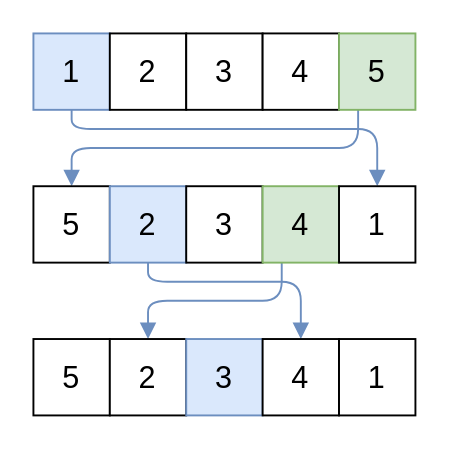
XuShaohua/TheAlgorithms keeps this draw.io diagram as src/array/assets/array-reverse-steps.drawio. Above is the earlier version. Source tidied: cells renumbered, new cells numbered last; positions are measured from the earlier drawing's top-left corner, leaving out a move shared by most shapes. Both pictures are drawn from the tidied source at 191%, with x=0, y=0 at pixel (32, 32).
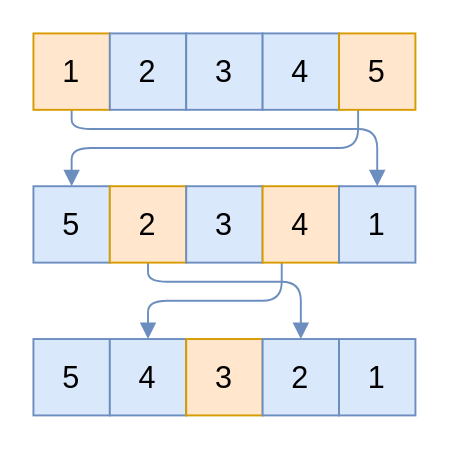
The same diagram, later.

Commit message (it also covers changes not shown here):
array: Update rotate chart

Diff of the diagram source:
```diff
@@
-    <mxCell id="3" value="1" style="rounded=0;whiteSpace=wrap;html=1;shadow=0;strokeWidth=1;fontFamily=Ubuntu;fontSize=16;fontStyle=0;fillColor=#dae8fc;strokeColor=#6c8ebf;" parent="1" vertex="1">
+    <mxCell id="3" value="1" style="rounded=0;whiteSpace=wrap;html=1;shadow=0;strokeWidth=1;fontFamily=Ubuntu;fontSize=16;fontStyle=0;fillColor=#ffe6cc;strokeColor=#d79b00;" parent="1" vertex="1">
       <mxGeometry width="40" height="40" as="geometry" />
     </mxCell>
-    <mxCell id="4" value="2" style="rounded=0;whiteSpace=wrap;html=1;shadow=0;strokeWidth=1;fontFamily=Ubuntu;fontSize=16;fontStyle=0;" parent="1" vertex="1">
+    <mxCell id="4" value="2" style="rounded=0;whiteSpace=wrap;html=1;shadow=0;strokeWidth=1;fontFamily=Ubuntu;fontSize=16;fontStyle=0;fillColor=#dae8fc;strokeColor=#6c8ebf;" parent="1" vertex="1">
       <mxGeometry x="40" width="40" height="40" as="geometry" />
     </mxCell>
-    <mxCell id="5" value="3" style="rounded=0;whiteSpace=wrap;html=1;shadow=0;strokeWidth=1;fontFamily=Ubuntu;fontSize=16;fontStyle=0;" parent="1" vertex="1">
+    <mxCell id="5" value="3" style="rounded=0;whiteSpace=wrap;html=1;shadow=0;strokeWidth=1;fontFamily=Ubuntu;fontSize=16;fontStyle=0;fillColor=#dae8fc;strokeColor=#6c8ebf;" parent="1" vertex="1">
       <mxGeometry x="80" width="40" height="40" as="geometry" />
     </mxCell>
-    <mxCell id="6" value="4" style="rounded=0;whiteSpace=wrap;html=1;shadow=0;strokeWidth=1;fontFamily=Ubuntu;fontSize=16;fontStyle=0;" parent="1" vertex="1">
+    <mxCell id="6" value="4" style="rounded=0;whiteSpace=wrap;html=1;shadow=0;strokeWidth=1;fontFamily=Ubuntu;fontSize=16;fontStyle=0;fillColor=#dae8fc;strokeColor=#6c8ebf;" parent="1" vertex="1">
       <mxGeometry x="120" width="40" height="40" as="geometry" />
     </mxCell>
@@
-    <mxCell id="8" value="5" style="rounded=0;whiteSpace=wrap;html=1;shadow=0;strokeColor=#82b366;strokeWidth=1;fontFamily=Ubuntu;fontSize=16;fontStyle=0;fillColor=#d5e8d4;" parent="1" vertex="1">
+    <mxCell id="8" value="5" style="rounded=0;whiteSpace=wrap;html=1;shadow=0;strokeColor=#d79b00;strokeWidth=1;fontFamily=Ubuntu;fontSize=16;fontStyle=0;fillColor=#ffe6cc;" parent="1" vertex="1">
       <mxGeometry x="160" width="40" height="40" as="geometry" />
     </mxCell>
-    <mxCell id="9" value="5" style="rounded=0;whiteSpace=wrap;html=1;shadow=0;strokeWidth=1;fontFamily=Ubuntu;fontSize=16;fontStyle=0;" parent="1" vertex="1">
+    <mxCell id="9" value="5" style="rounded=0;whiteSpace=wrap;html=1;shadow=0;strokeWidth=1;fontFamily=Ubuntu;fontSize=16;fontStyle=0;fillColor=#dae8fc;strokeColor=#6c8ebf;" parent="1" vertex="1">
       <mxGeometry y="80" width="40" height="40" as="geometry" />
     </mxCell>
@@
-    <mxCell id="11" value="2" style="rounded=0;whiteSpace=wrap;html=1;shadow=0;strokeWidth=1;fontFamily=Ubuntu;fontSize=16;fontStyle=0;fillColor=#dae8fc;strokeColor=#6c8ebf;" parent="1" vertex="1">
+    <mxCell id="11" value="2" style="rounded=0;whiteSpace=wrap;html=1;shadow=0;strokeWidth=1;fontFamily=Ubuntu;fontSize=16;fontStyle=0;fillColor=#ffe6cc;strokeColor=#d79b00;" parent="1" vertex="1">
       <mxGeometry x="40" y="80" width="40" height="40" as="geometry" />
     </mxCell>
-    <mxCell id="12" value="3" style="rounded=0;whiteSpace=wrap;html=1;shadow=0;strokeWidth=1;fontFamily=Ubuntu;fontSize=16;fontStyle=0;" parent="1" vertex="1">
+    <mxCell id="12" value="3" style="rounded=0;whiteSpace=wrap;html=1;shadow=0;strokeWidth=1;fontFamily=Ubuntu;fontSize=16;fontStyle=0;fillColor=#dae8fc;strokeColor=#6c8ebf;" parent="1" vertex="1">
       <mxGeometry x="80" y="80" width="40" height="40" as="geometry" />
     </mxCell>
@@
-    <mxCell id="14" value="4" style="rounded=0;whiteSpace=wrap;html=1;shadow=0;strokeWidth=1;fontFamily=Ubuntu;fontSize=16;fontStyle=0;fillColor=#d5e8d4;strokeColor=#82b366;" parent="1" vertex="1">
+    <mxCell id="14" value="4" style="rounded=0;whiteSpace=wrap;html=1;shadow=0;strokeWidth=1;fontFamily=Ubuntu;fontSize=16;fontStyle=0;fillColor=#ffe6cc;strokeColor=#d79b00;" parent="1" vertex="1">
       <mxGeometry x="120" y="80" width="40" height="40" as="geometry" />
     </mxCell>
-    <mxCell id="15" value="1" style="rounded=0;whiteSpace=wrap;html=1;shadow=0;strokeWidth=1;fontFamily=Ubuntu;fontSize=16;fontStyle=0;" parent="1" vertex="1">
+    <mxCell id="15" value="1" style="rounded=0;whiteSpace=wrap;html=1;shadow=0;strokeWidth=1;fontFamily=Ubuntu;fontSize=16;fontStyle=0;fillColor=#dae8fc;strokeColor=#6c8ebf;" parent="1" vertex="1">
       <mxGeometry x="160" y="80" width="40" height="40" as="geometry" />
     </mxCell>
-    <mxCell id="16" value="5" style="rounded=0;whiteSpace=wrap;html=1;shadow=0;strokeWidth=1;fontFamily=Ubuntu;fontSize=16;fontStyle=0;" parent="1" vertex="1">
+    <mxCell id="16" value="5" style="rounded=0;whiteSpace=wrap;html=1;shadow=0;strokeWidth=1;fontFamily=Ubuntu;fontSize=16;fontStyle=0;fillColor=#dae8fc;strokeColor=#6c8ebf;" parent="1" vertex="1">
       <mxGeometry y="160" width="40" height="40" as="geometry" />
     </mxCell>
-    <mxCell id="17" value="2" style="rounded=0;whiteSpace=wrap;html=1;shadow=0;strokeWidth=1;fontFamily=Ubuntu;fontSize=16;fontStyle=0;" parent="1" vertex="1">
+    <mxCell id="17" value="4" style="rounded=0;whiteSpace=wrap;html=1;shadow=0;strokeWidth=1;fontFamily=Ubuntu;fontSize=16;fontStyle=0;fillColor=#dae8fc;strokeColor=#6c8ebf;" parent="1" vertex="1">
       <mxGeometry x="40" y="160" width="40" height="40" as="geometry" />
     </mxCell>
-    <mxCell id="18" value="3" style="rounded=0;whiteSpace=wrap;html=1;shadow=0;strokeWidth=1;fontFamily=Ubuntu;fontSize=16;fontStyle=0;fillColor=#dae8fc;strokeColor=#6c8ebf;" parent="1" vertex="1">
+    <mxCell id="18" value="3" style="rounded=0;whiteSpace=wrap;html=1;shadow=0;strokeWidth=1;fontFamily=Ubuntu;fontSize=16;fontStyle=0;fillColor=#ffe6cc;strokeColor=#d79b00;" parent="1" vertex="1">
       <mxGeometry x="80" y="160" width="40" height="40" as="geometry" />
     </mxCell>
-    <mxCell id="19" value="4" style="rounded=0;whiteSpace=wrap;html=1;shadow=0;strokeWidth=1;fontFamily=Ubuntu;fontSize=16;fontStyle=0;" parent="1" vertex="1">
+    <mxCell id="19" value="2" style="rounded=0;whiteSpace=wrap;html=1;shadow=0;strokeWidth=1;fontFamily=Ubuntu;fontSize=16;fontStyle=0;fillColor=#dae8fc;strokeColor=#6c8ebf;" parent="1" vertex="1">
       <mxGeometry x="120" y="160" width="40" height="40" as="geometry" />
     </mxCell>
-    <mxCell id="20" value="1" style="rounded=0;whiteSpace=wrap;html=1;shadow=0;strokeWidth=1;fontFamily=Ubuntu;fontSize=16;fontStyle=0;" parent="1" vertex="1">
+    <mxCell id="20" value="1" style="rounded=0;whiteSpace=wrap;html=1;shadow=0;strokeWidth=1;fontFamily=Ubuntu;fontSize=16;fontStyle=0;fillColor=#dae8fc;strokeColor=#6c8ebf;" parent="1" vertex="1">
       <mxGeometry x="160" y="160" width="40" height="40" as="geometry" />
     </mxCell>
```
